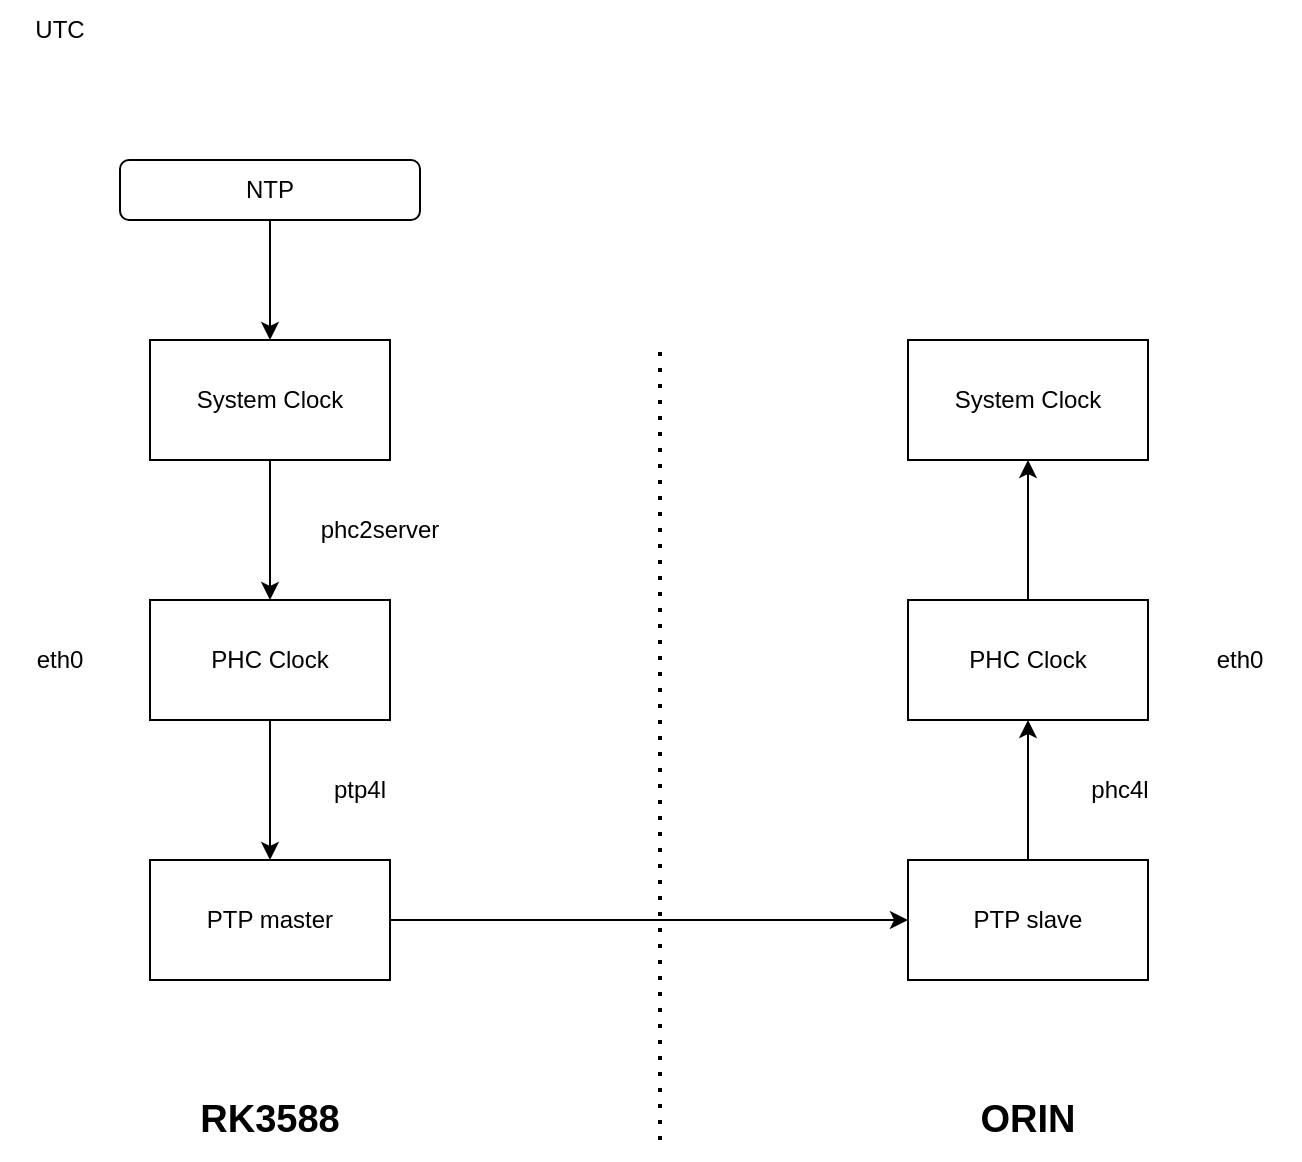
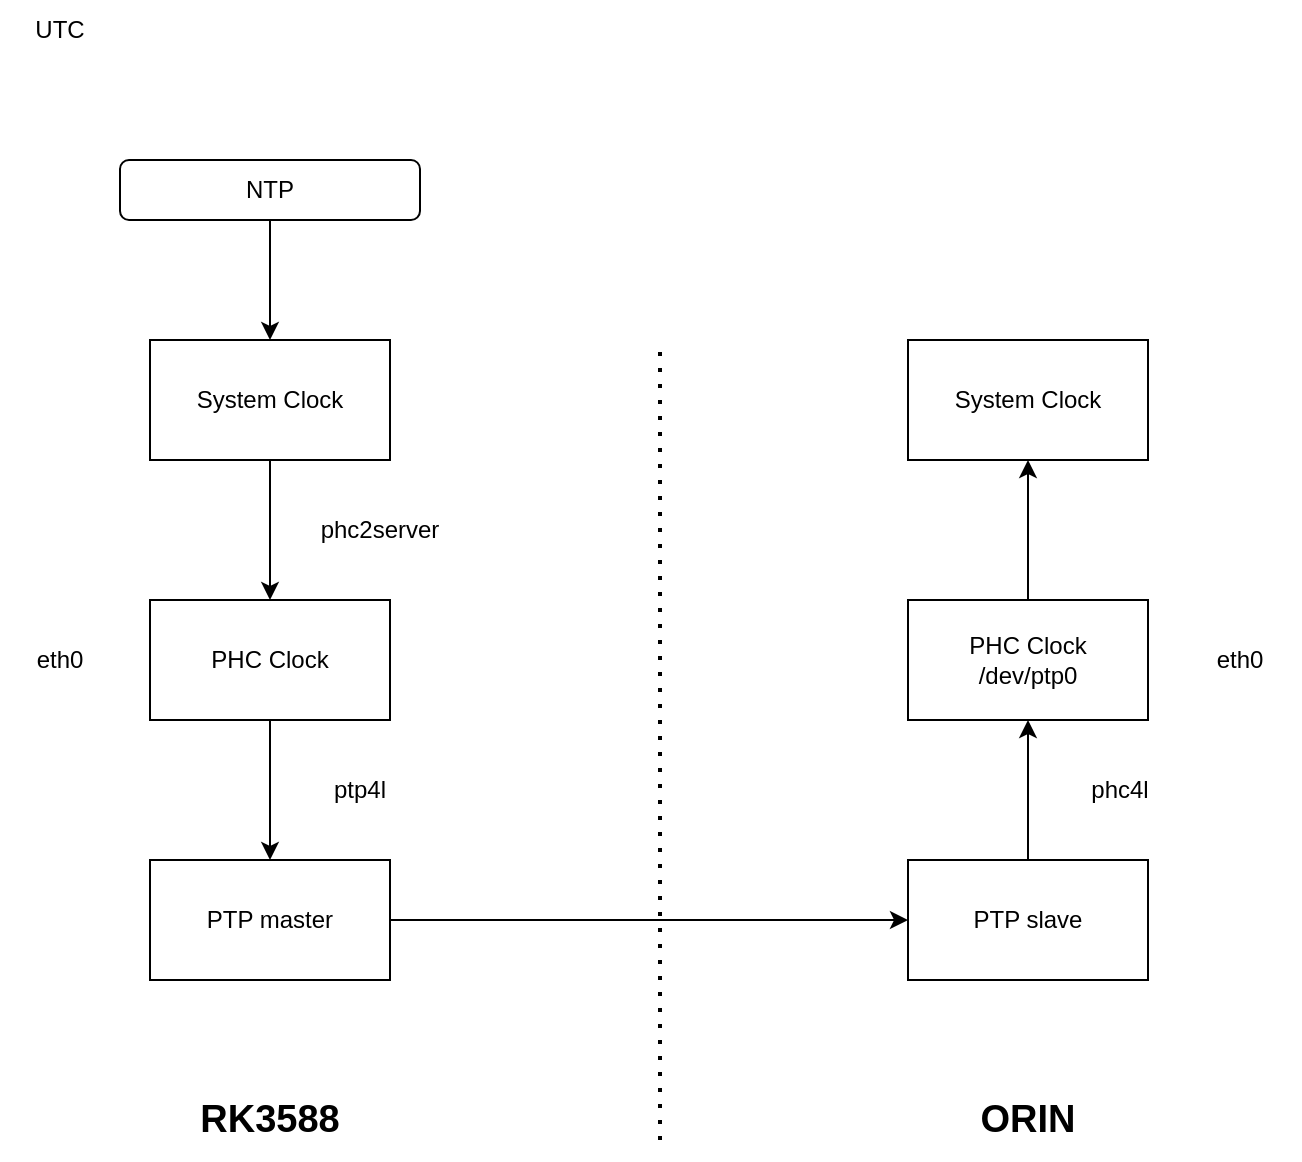
<mxfile host="app.diagrams.net" agent="Mozilla/5.0 (Windows NT 10.0; Win64; x64) AppleWebKit/537.36 (KHTML, like Gecko) Chrome/148.0.0.0 Safari/537.36">
  <diagram name="第 1 页" id="xi5zx8poPBdEaGlYp24N">
    <mxGraphModel dx="1122" dy="596" grid="1" gridSize="10" guides="1" tooltips="1" connect="1" arrows="1" fold="1" page="1" pageScale="1" pageWidth="827" pageHeight="1169" math="0" shadow="0">
      <root>
        <mxCell id="0" />
        <mxCell id="1" parent="0" />
        <mxCell id="9tWx0qsMY7gKmuM-r2hu-1" edge="1" parent="1" source="473n1farRfXXC9yVkO81-1" style="edgeStyle=orthogonalEdgeStyle;rounded=0;orthogonalLoop=1;jettySize=auto;html=1;" target="473n1farRfXXC9yVkO81-7" value="">
          <mxGeometry relative="1" as="geometry" />
        </mxCell>
        <mxCell id="473n1farRfXXC9yVkO81-1" parent="1" style="rounded=1;whiteSpace=wrap;html=1;" value="NTP" vertex="1">
          <mxGeometry height="30" width="150" x="130" y="150" as="geometry" />
        </mxCell>
        <mxCell id="473n1farRfXXC9yVkO81-6" parent="1" style="text;html=1;whiteSpace=wrap;strokeColor=none;fillColor=none;align=center;verticalAlign=middle;rounded=0;" value="UTC" vertex="1">
          <mxGeometry height="30" width="60" x="70" y="70" as="geometry" />
        </mxCell>
        <mxCell id="9tWx0qsMY7gKmuM-r2hu-3" edge="1" parent="1" source="473n1farRfXXC9yVkO81-7" style="edgeStyle=orthogonalEdgeStyle;rounded=0;orthogonalLoop=1;jettySize=auto;html=1;" target="9tWx0qsMY7gKmuM-r2hu-2" value="">
          <mxGeometry relative="1" as="geometry" />
        </mxCell>
        <mxCell id="473n1farRfXXC9yVkO81-7" parent="1" style="rounded=0;whiteSpace=wrap;html=1;" value="System Clock" vertex="1">
          <mxGeometry height="60" width="120" x="145" y="240" as="geometry" />
        </mxCell>
        <mxCell id="9tWx0qsMY7gKmuM-r2hu-5" edge="1" parent="1" source="9tWx0qsMY7gKmuM-r2hu-2" style="edgeStyle=orthogonalEdgeStyle;rounded=0;orthogonalLoop=1;jettySize=auto;html=1;" target="9tWx0qsMY7gKmuM-r2hu-4" value="">
          <mxGeometry relative="1" as="geometry" />
        </mxCell>
        <mxCell id="9tWx0qsMY7gKmuM-r2hu-2" parent="1" style="rounded=0;whiteSpace=wrap;html=1;" value="PHC Clock" vertex="1">
          <mxGeometry height="60" width="120" x="145" y="370" as="geometry" />
        </mxCell>
        <mxCell id="9tWx0qsMY7gKmuM-r2hu-11" edge="1" parent="1" source="9tWx0qsMY7gKmuM-r2hu-4" style="edgeStyle=orthogonalEdgeStyle;rounded=0;orthogonalLoop=1;jettySize=auto;html=1;exitX=1;exitY=0.5;exitDx=0;exitDy=0;entryX=0;entryY=0.5;entryDx=0;entryDy=0;" target="9tWx0qsMY7gKmuM-r2hu-9">
          <mxGeometry relative="1" as="geometry" />
        </mxCell>
        <mxCell id="9tWx0qsMY7gKmuM-r2hu-4" parent="1" style="rounded=0;whiteSpace=wrap;html=1;" value="PTP master" vertex="1">
          <mxGeometry height="60" width="120" x="145" y="500" as="geometry" />
        </mxCell>
        <mxCell id="9tWx0qsMY7gKmuM-r2hu-6" parent="1" style="text;html=1;whiteSpace=wrap;strokeColor=none;fillColor=none;align=center;verticalAlign=middle;rounded=0;" value="phc2server" vertex="1">
          <mxGeometry height="30" width="60" x="230" y="320" as="geometry" />
        </mxCell>
        <mxCell id="9tWx0qsMY7gKmuM-r2hu-7" parent="1" style="text;html=1;whiteSpace=wrap;strokeColor=none;fillColor=none;align=center;verticalAlign=middle;rounded=0;" value="ptp4l" vertex="1">
          <mxGeometry height="30" width="60" x="220" y="450" as="geometry" />
        </mxCell>
        <mxCell id="9tWx0qsMY7gKmuM-r2hu-8" edge="1" parent="1" style="endArrow=none;dashed=1;html=1;dashPattern=1 3;strokeWidth=2;rounded=0;" value="">
          <mxGeometry height="50" relative="1" width="50" as="geometry">
            <mxPoint x="400" y="640" as="sourcePoint" />
            <mxPoint x="400" y="240" as="targetPoint" />
          </mxGeometry>
        </mxCell>
        <mxCell id="9tWx0qsMY7gKmuM-r2hu-12" edge="1" parent="1" source="9tWx0qsMY7gKmuM-r2hu-9" style="edgeStyle=orthogonalEdgeStyle;rounded=0;orthogonalLoop=1;jettySize=auto;html=1;exitX=0.5;exitY=0;exitDx=0;exitDy=0;entryX=0.5;entryY=1;entryDx=0;entryDy=0;" target="9tWx0qsMY7gKmuM-r2hu-10">
          <mxGeometry relative="1" as="geometry" />
        </mxCell>
        <mxCell id="9tWx0qsMY7gKmuM-r2hu-9" parent="1" style="rounded=0;whiteSpace=wrap;html=1;" value="PTP slave" vertex="1">
          <mxGeometry height="60" width="120" x="524" y="500" as="geometry" />
        </mxCell>
        <mxCell id="9tWx0qsMY7gKmuM-r2hu-15" edge="1" parent="1" source="9tWx0qsMY7gKmuM-r2hu-10" style="edgeStyle=orthogonalEdgeStyle;rounded=0;orthogonalLoop=1;jettySize=auto;html=1;" target="9tWx0qsMY7gKmuM-r2hu-14" value="">
          <mxGeometry relative="1" as="geometry" />
        </mxCell>
-         <mxCell id="9tWx0qsMY7gKmuM-r2hu-10" parent="1" style="rounded=0;whiteSpace=wrap;html=1;" value="PHC Clock" vertex="1">
+         <mxCell id="9tWx0qsMY7gKmuM-r2hu-10" parent="1" style="rounded=0;whiteSpace=wrap;html=1;" value="PHC Clock&lt;br&gt;/dev/ptp0" vertex="1">
          <mxGeometry height="60" width="120" x="524" y="370" as="geometry" />
        </mxCell>
        <mxCell id="9tWx0qsMY7gKmuM-r2hu-13" parent="1" style="text;html=1;whiteSpace=wrap;strokeColor=none;fillColor=none;align=center;verticalAlign=middle;rounded=0;" value="phc4l" vertex="1">
          <mxGeometry height="30" width="60" x="600" y="450" as="geometry" />
        </mxCell>
        <mxCell id="9tWx0qsMY7gKmuM-r2hu-14" parent="1" style="rounded=0;whiteSpace=wrap;html=1;" value="System Clock" vertex="1">
          <mxGeometry height="60" width="120" x="524" y="240" as="geometry" />
        </mxCell>
        <mxCell id="9tWx0qsMY7gKmuM-r2hu-16" parent="1" style="text;html=1;whiteSpace=wrap;strokeColor=none;fillColor=none;align=center;verticalAlign=middle;rounded=0;fontStyle=1;fontSize=19;" value="RK3588" vertex="1">
          <mxGeometry height="40" width="120" x="145" y="610" as="geometry" />
        </mxCell>
        <mxCell id="9tWx0qsMY7gKmuM-r2hu-18" parent="1" style="text;html=1;whiteSpace=wrap;strokeColor=none;fillColor=none;align=center;verticalAlign=middle;rounded=0;fontStyle=1;fontSize=19;" value="ORIN" vertex="1">
          <mxGeometry height="40" width="120" x="524" y="610" as="geometry" />
        </mxCell>
        <mxCell id="9tWx0qsMY7gKmuM-r2hu-19" parent="1" style="text;html=1;whiteSpace=wrap;strokeColor=none;fillColor=none;align=center;verticalAlign=middle;rounded=0;" value="eth0" vertex="1">
          <mxGeometry height="30" width="60" x="70" y="385" as="geometry" />
        </mxCell>
        <mxCell id="9tWx0qsMY7gKmuM-r2hu-20" parent="1" style="text;html=1;whiteSpace=wrap;strokeColor=none;fillColor=none;align=center;verticalAlign=middle;rounded=0;" value="eth0" vertex="1">
          <mxGeometry height="30" width="60" x="660" y="385" as="geometry" />
        </mxCell>
      </root>
    </mxGraphModel>
  </diagram>
</mxfile>
